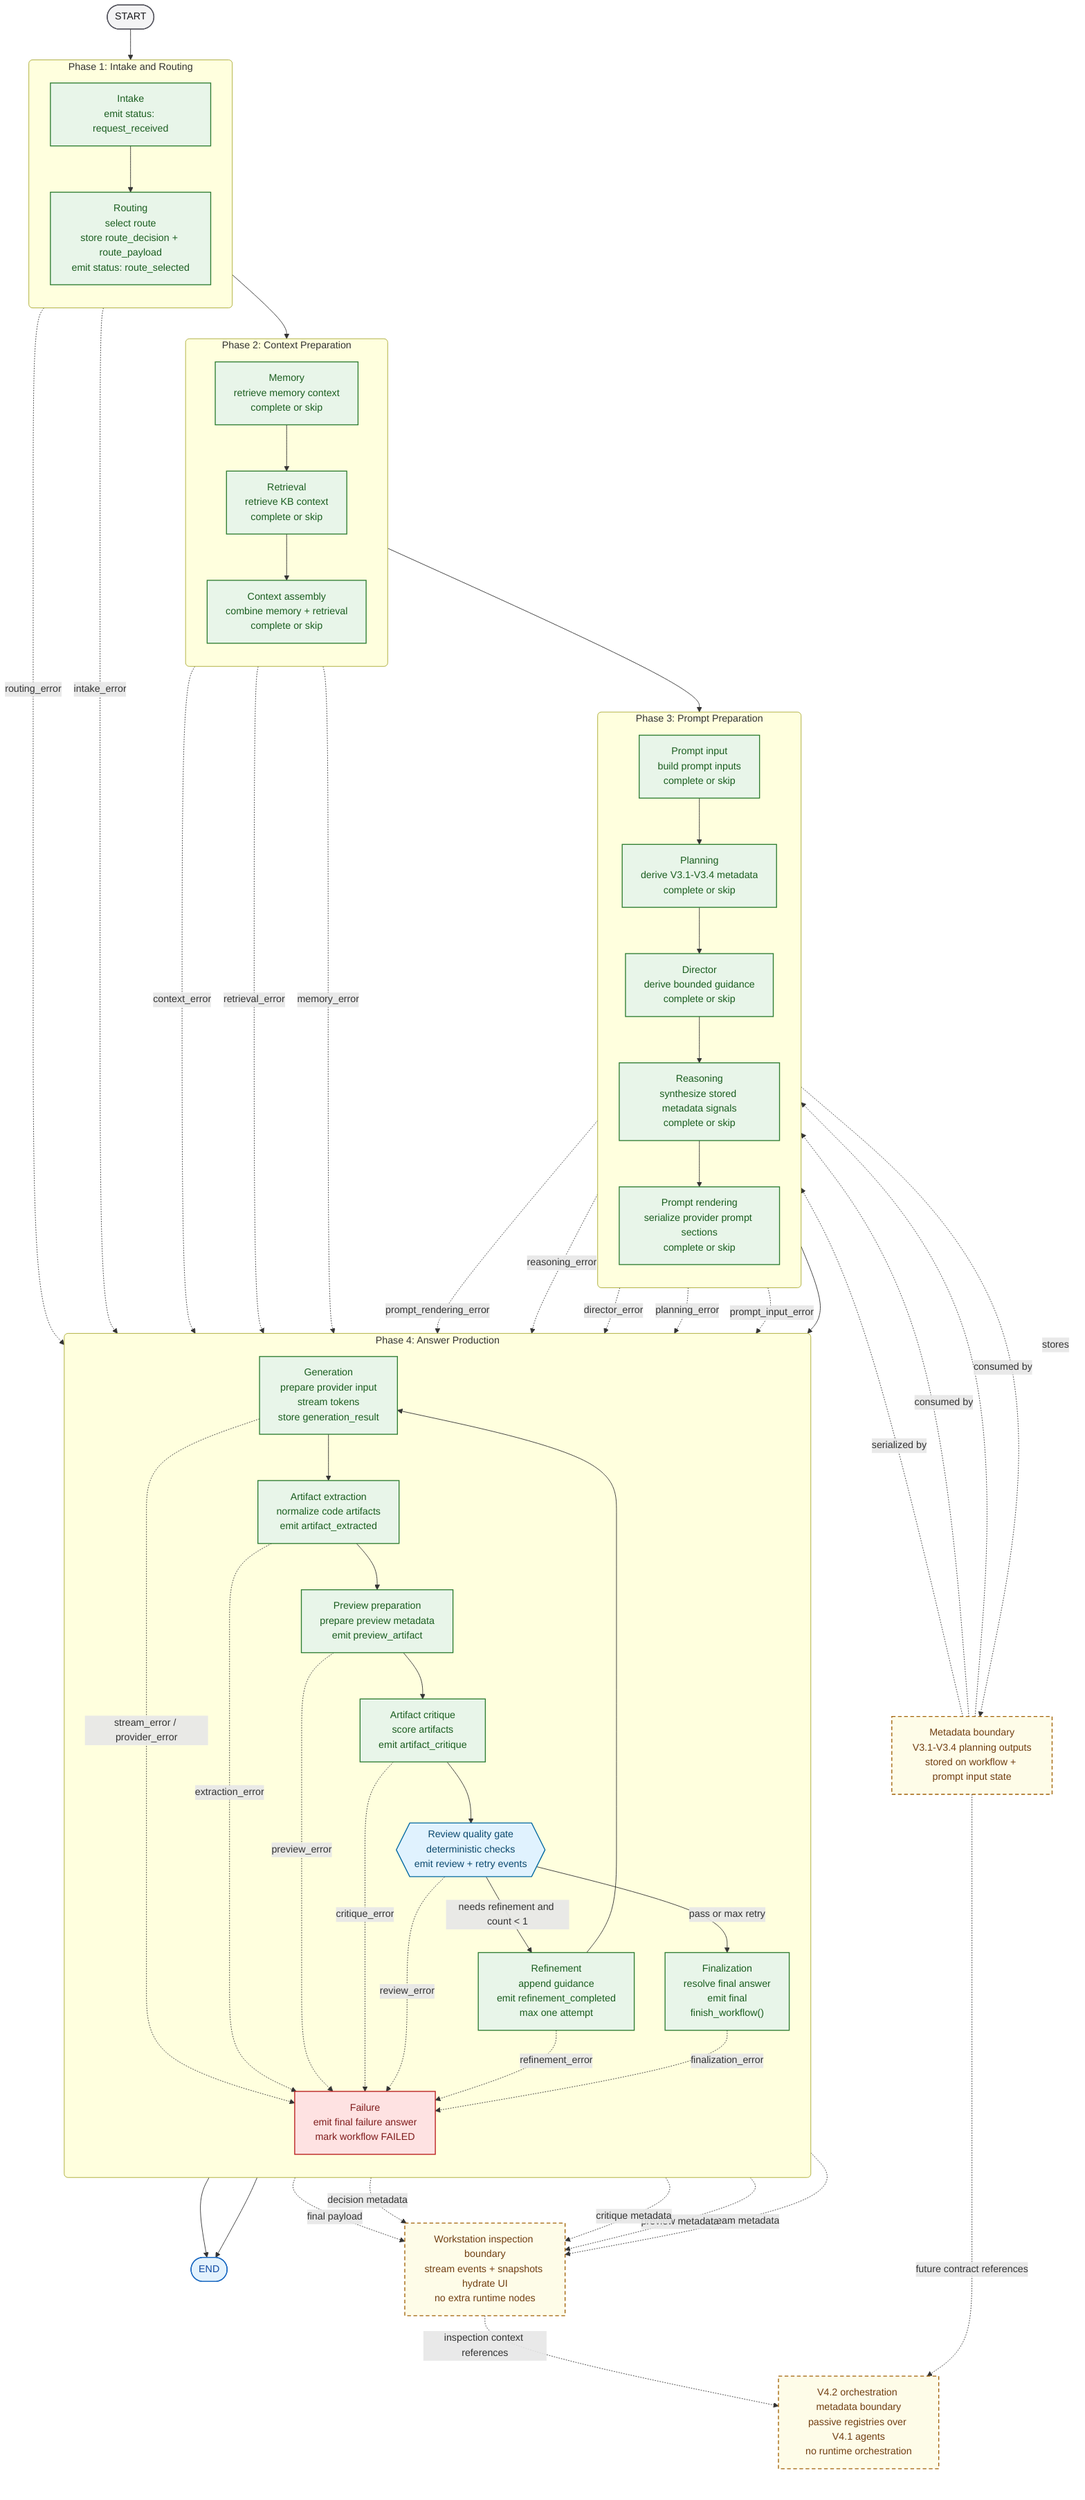
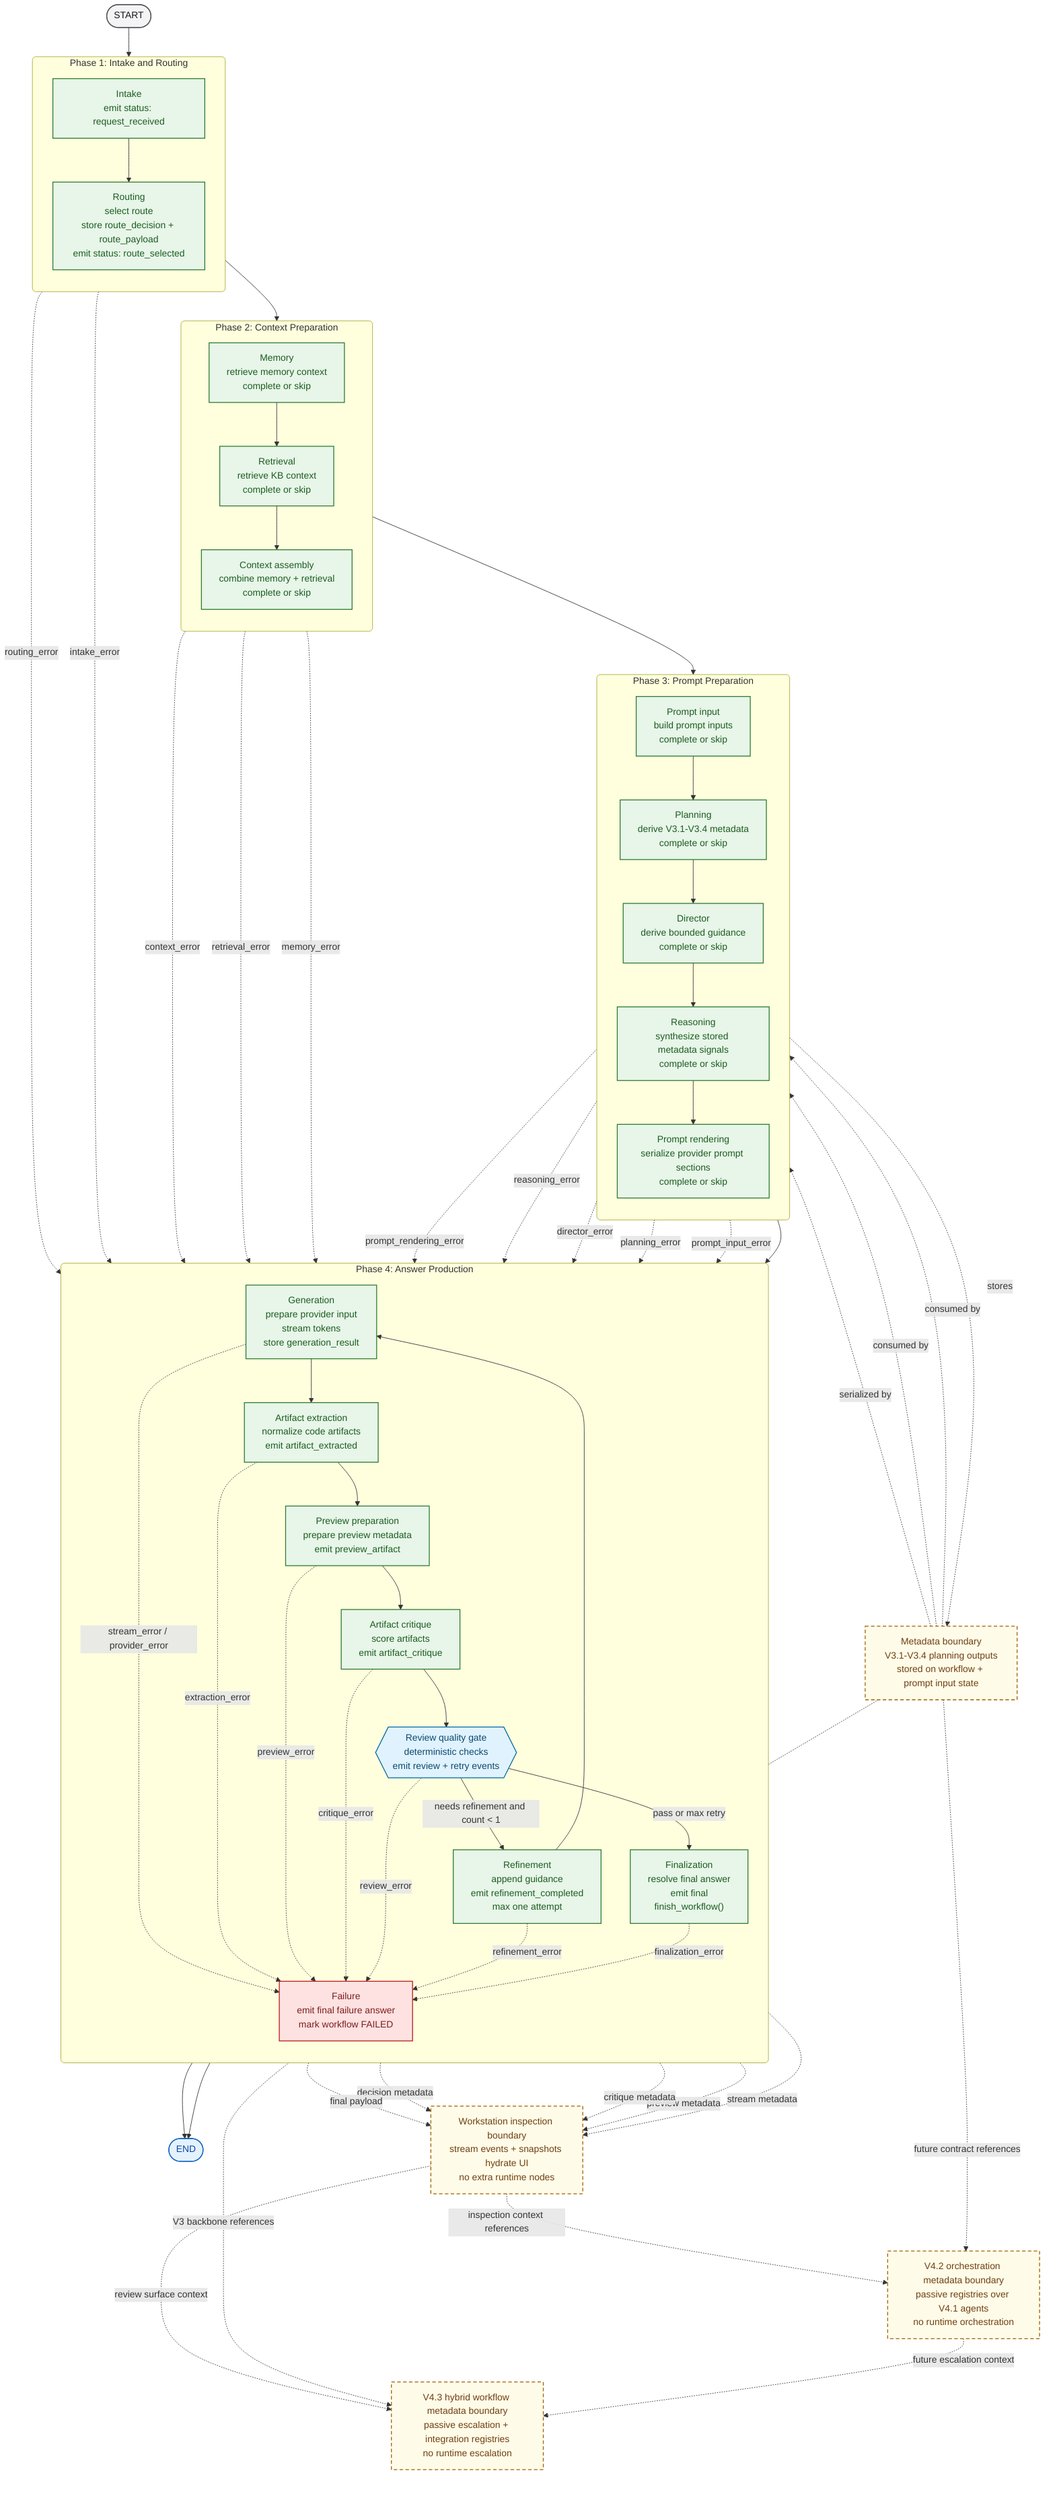
flowchart TB
    %% Class palette
    classDef boundary fill:#F4F4F5,stroke:#52525B,color:#18181B,stroke-width:1.5px;
    classDef implemented fill:#E8F5E9,stroke:#2E7D32,color:#1B5E20,stroke-width:1.5px;
    classDef gate fill:#E0F2FE,stroke:#0369A1,color:#0C4A6E,stroke-width:1.5px;
    classDef failure fill:#FEE2E2,stroke:#B91C1C,color:#7F1D1D,stroke-width:1.5px;
    classDef terminal fill:#E3F2FD,stroke:#1565C0,color:#0D47A1,stroke-width:1.5px;
    classDef relationship fill:#FEFCE8,stroke:#A16207,color:#713F12,stroke-width:1.5px,stroke-dasharray: 6 4;

    %% Terminal nodes
    start([START])
    finish([END])

    %% Runtime phases
    subgraph phase_1["Phase 1: Intake and Routing"]
        direction TB
        intake["Intake<br/>emit status: request_received"]
        routing["Routing<br/>select route<br/>store route_decision + route_payload<br/>emit status: route_selected"]
    end

    subgraph phase_2["Phase 2: Context Preparation"]
        direction TB
        memory["Memory<br/>retrieve memory context<br/>complete or skip"]
        retrieval["Retrieval<br/>retrieve KB context<br/>complete or skip"]
        context_assembly["Context assembly<br/>combine memory + retrieval<br/>complete or skip"]
    end

    subgraph phase_3["Phase 3: Prompt Preparation"]
        direction TB
        prompt_input["Prompt input<br/>build prompt inputs<br/>complete or skip"]
        planning["Planning<br/>derive V3.1-V3.4 metadata<br/>complete or skip"]
        director["Director<br/>derive bounded guidance<br/>complete or skip"]
        reasoning["Reasoning<br/>synthesize stored metadata signals<br/>complete or skip"]
        prompt_rendering["Prompt rendering<br/>serialize provider prompt sections<br/>complete or skip"]
    end

    subgraph phase_4["Phase 4: Answer Production"]
        direction TB
        generation["Generation<br/>prepare provider input<br/>stream tokens<br/>store generation_result"]
        artifact_extraction["Artifact extraction<br/>normalize code artifacts<br/>emit artifact_extracted"]
        preview_preparation["Preview preparation<br/>prepare preview metadata<br/>emit preview_artifact"]
        artifact_critique["Artifact critique<br/>score artifacts<br/>emit artifact_critique"]
        review{{"Review quality gate<br/>deterministic checks<br/>emit review + retry events"}}
        refinement["Refinement<br/>append guidance<br/>emit refinement_completed<br/>max one attempt"]
        finalization["Finalization<br/>resolve final answer<br/>emit final<br/>finish_workflow()"]
        failure["Failure<br/>emit final failure answer<br/>mark workflow FAILED"]
    end

    %% Documentation boundaries
    metadata_boundary["Metadata boundary<br/>V3.1-V3.4 planning outputs<br/>stored on workflow + prompt input state"]:::relationship
    workstation_boundary["Workstation inspection boundary<br/>stream events + snapshots hydrate UI<br/>no extra runtime nodes"]:::relationship
    orchestration_boundary["V4.2 orchestration metadata boundary<br/>passive registries over V4.1 agents<br/>no runtime orchestration"]:::relationship
+     hybrid_workflow_boundary["V4.3 hybrid workflow metadata boundary<br/>passive escalation + integration registries<br/>no runtime escalation"]:::relationship

    %% Main success path
    start --> intake --> routing --> memory --> retrieval --> context_assembly --> prompt_input --> planning --> director --> reasoning --> prompt_rendering --> generation --> artifact_extraction --> preview_preparation --> artifact_critique --> review
    review -->|"pass or max retry"| finalization --> finish
    review -->|"needs refinement and count < 1"| refinement --> generation

    %% Metadata and inspection boundaries
    planning -. stores .-> metadata_boundary
    metadata_boundary -. consumed by .-> director
    metadata_boundary -. consumed by .-> reasoning
    metadata_boundary -. serialized by .-> prompt_rendering
    artifact_extraction -. stream metadata .-> workstation_boundary
    preview_preparation -. preview metadata .-> workstation_boundary
    artifact_critique -. critique metadata .-> workstation_boundary
    review -. decision metadata .-> workstation_boundary
    finalization -. final payload .-> workstation_boundary
    metadata_boundary -. future contract references .-> orchestration_boundary
    workstation_boundary -. inspection context references .-> orchestration_boundary
+     orchestration_boundary -. future escalation context .-> hybrid_workflow_boundary
+     metadata_boundary -. V3 backbone references .-> hybrid_workflow_boundary
+     workstation_boundary -. review surface context .-> hybrid_workflow_boundary

    %% Failure paths
    intake -. intake_error .-> failure
    routing -. routing_error .-> failure
    memory -. memory_error .-> failure
    retrieval -. retrieval_error .-> failure
    context_assembly -. context_error .-> failure
    prompt_input -. prompt_input_error .-> failure
    planning -. planning_error .-> failure
    director -. director_error .-> failure
    reasoning -. reasoning_error .-> failure
    prompt_rendering -. prompt_rendering_error .-> failure
    generation -. stream_error / provider_error .-> failure
    artifact_extraction -. extraction_error .-> failure
    preview_preparation -. preview_error .-> failure
    artifact_critique -. critique_error .-> failure
    review -. review_error .-> failure
    refinement -. refinement_error .-> failure
    finalization -. finalization_error .-> failure
    failure --> finish

    %% Node classes
    class start boundary
    class finish terminal
    class intake,routing,memory,retrieval,context_assembly,prompt_input,planning,director,reasoning,prompt_rendering,generation,artifact_extraction,preview_preparation,artifact_critique,refinement,finalization implemented
    class review gate
    class failure failure
-     class metadata_boundary,workstation_boundary,orchestration_boundary relationship
+     class metadata_boundary,workstation_boundary,orchestration_boundary,hybrid_workflow_boundary relationship

    %% Subgraph styling
    style phase_1 rx:6px,ry:6px
    style phase_2 rx:6px,ry:6px
    style phase_3 rx:6px,ry:6px
    style phase_4 rx:6px,ry:6px
